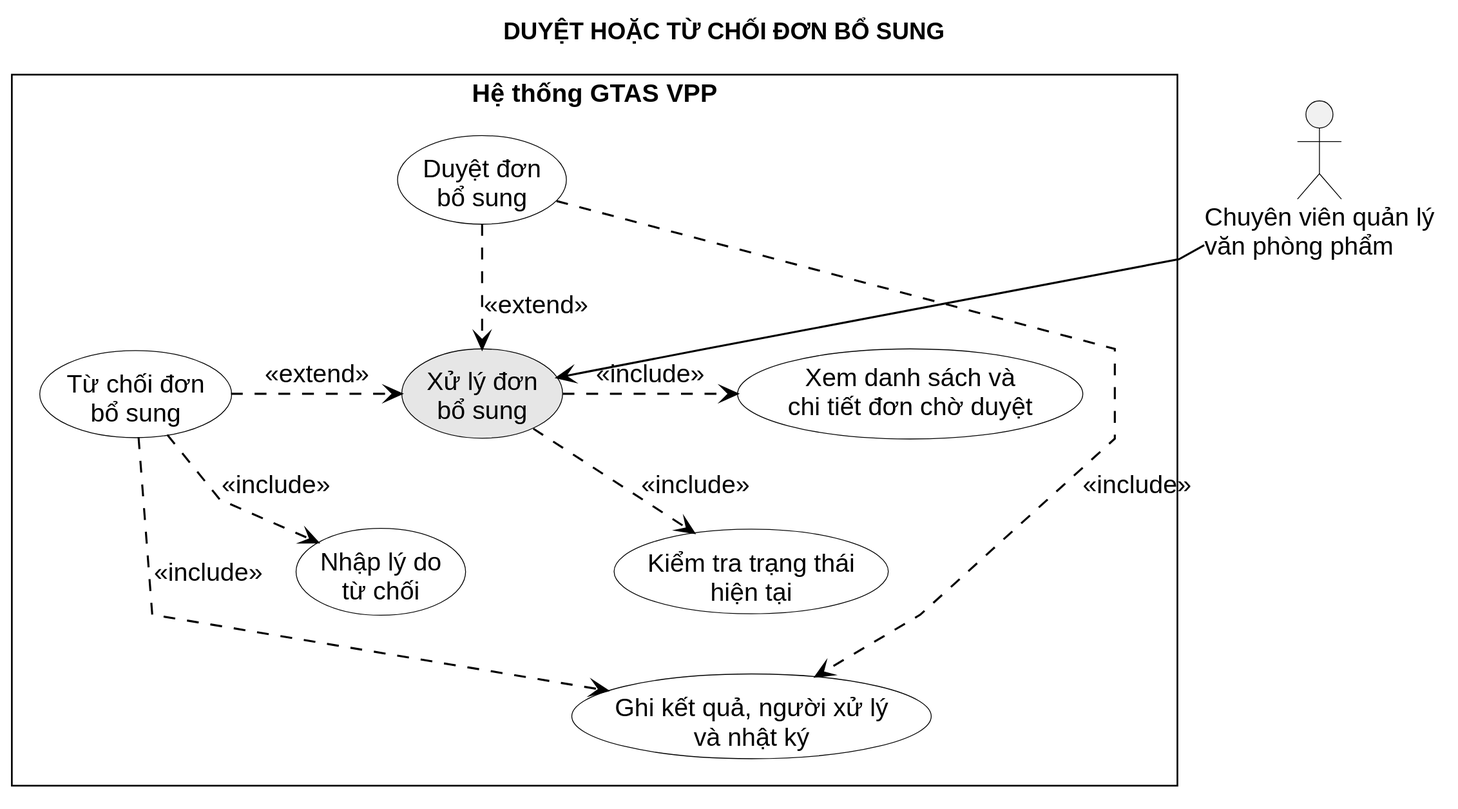
This is LVTN/diagrams/ch03/use-case-approve-additional-request.svg from Miikey24s/gtas_vpp, a PlantUML export, as it was before one commit.
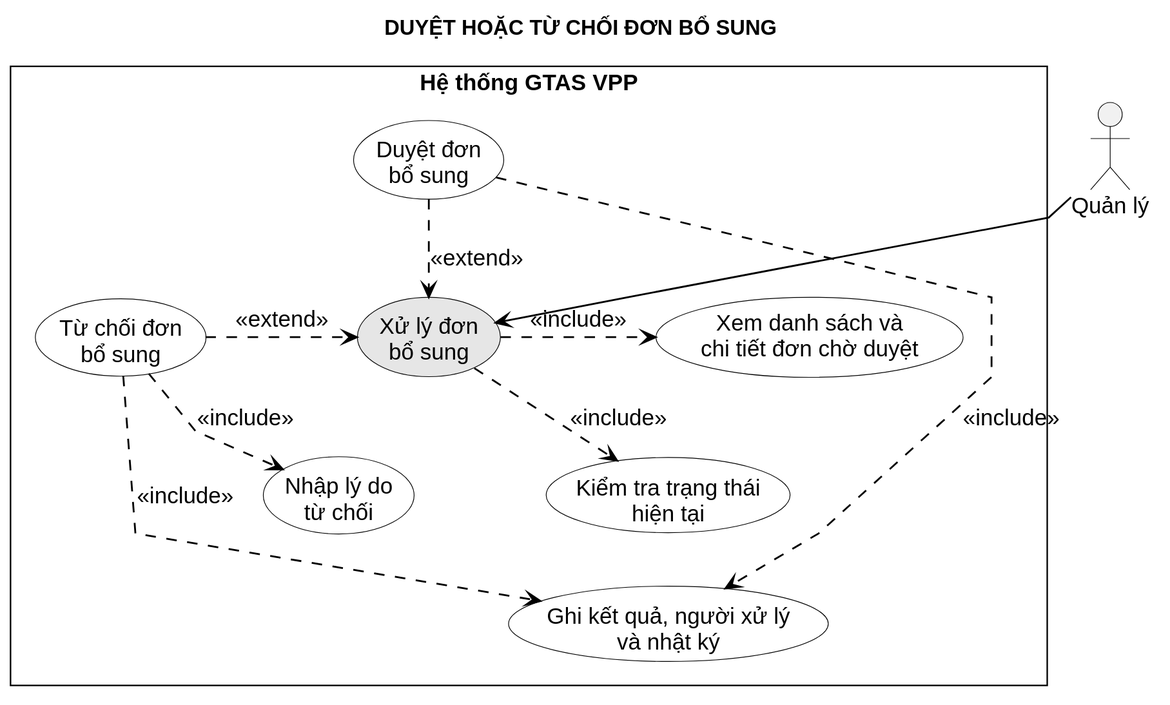
Later version of the same file.

The edit, as a diff of the source:
```diff
@@ -2,7 +2,7 @@
 !include ../common/usecase-style.puml
 title DUYỆT HOẶC TỪ CHỐI ĐƠN BỔ SUNG
 
-actor "Chuyên viên quản lý\nvăn phòng phẩm" as Procurement
+actor "Quản lý" as Procurement
 
 rectangle "Hệ thống GTAS VPP" {
   usecase "Xử lý đơn\nbổ sung" as Process #E6E6E6
```
